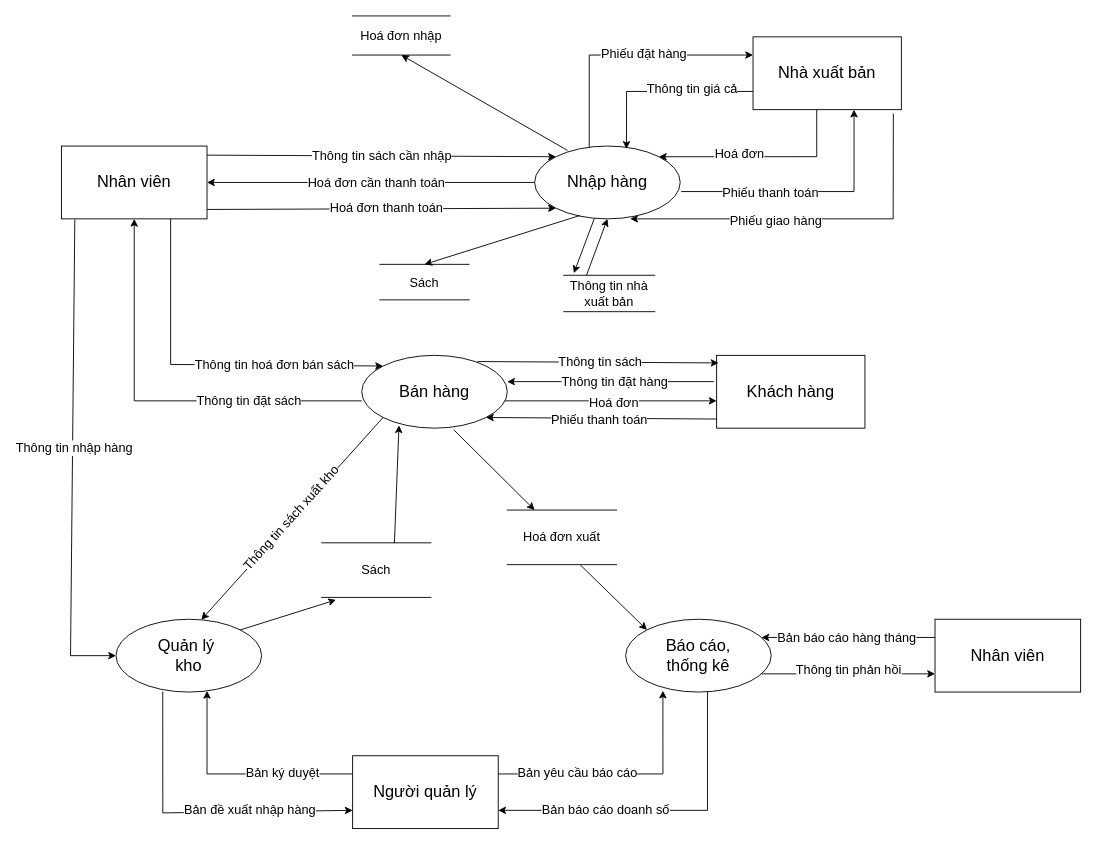
Before: page "Trang-3" (3 of 7) of QuanLyBanSach.drawio in leetrungtoans/BTVN_ITC_OOP_LEETRUNGTOANS, a draw.io diagram. Source tidied: cells renumbered, new cells numbered last; positions are measured from the earlier drawing's top-left corner, leaving out a move shared by most shapes. Both pictures are drawn from the tidied source at 91%, with x=0, y=0 at pixel (61, 15).
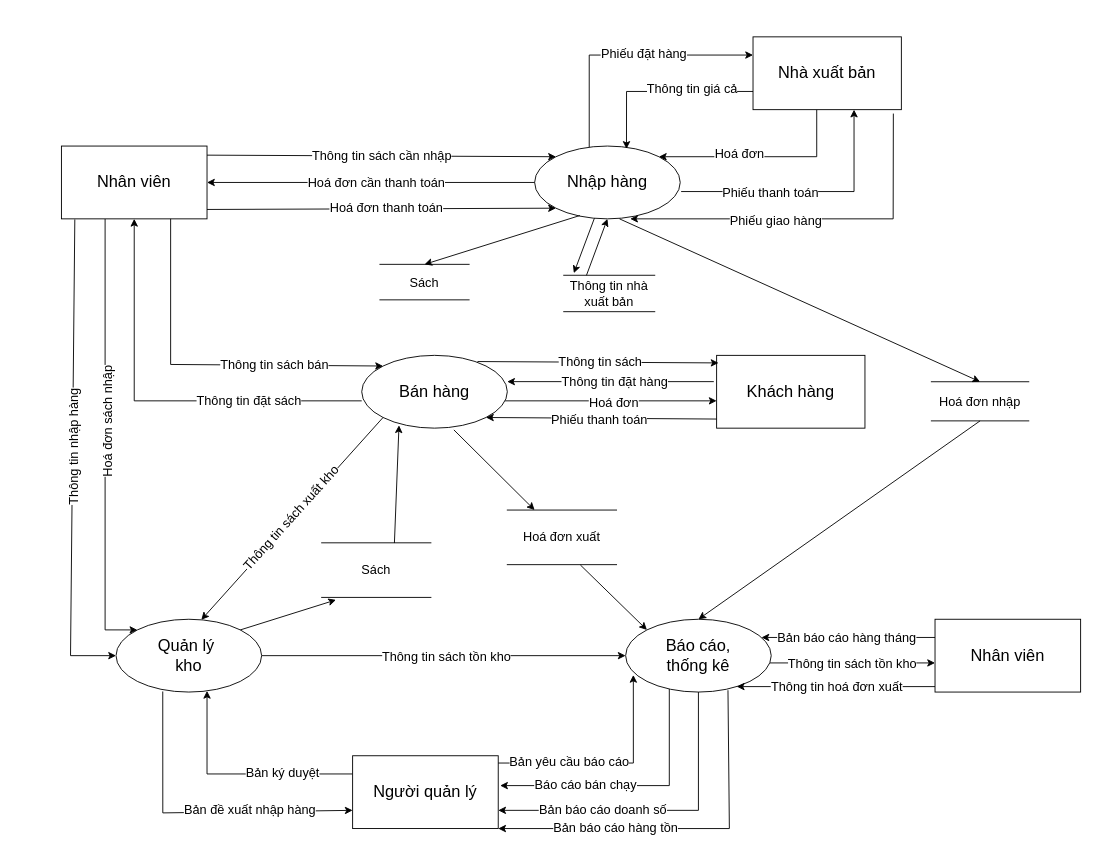
Above is the later version.

The change refers to these unchanged cells:
```xml
<mxCell id="6" value="&lt;font style=&quot;font-size: 18px;&quot;&gt;Báo cáo,&lt;/font&gt;&lt;div&gt;&lt;font style=&quot;font-size: 18px;&quot;&gt;thống kê&lt;/font&gt;&lt;/div&gt;" style="ellipse;whiteSpace=wrap;html=1;" parent="1" vertex="1">
  <mxGeometry x="620" y="663" width="160" height="80" as="geometry" />
</mxCell>
<mxCell id="9" value="&lt;font style=&quot;font-size: 18px;&quot;&gt;Nhập hàng&lt;/font&gt;" style="ellipse;whiteSpace=wrap;html=1;" parent="1" vertex="1">
  <mxGeometry x="520" y="143" width="160" height="80" as="geometry" />
</mxCell>
<mxCell id="10" value="&lt;font style=&quot;font-size: 18px;&quot;&gt;Quản lý&amp;nbsp;&lt;/font&gt;&lt;div&gt;&lt;span style=&quot;background-color: initial;&quot;&gt;&lt;font style=&quot;font-size: 18px;&quot;&gt;kho&lt;/font&gt;&lt;/span&gt;&lt;/div&gt;" style="ellipse;whiteSpace=wrap;html=1;" parent="1" vertex="1">
  <mxGeometry x="60" y="663" width="160" height="80" as="geometry" />
</mxCell>
<mxCell id="19" value="&lt;font style=&quot;font-size: 18px;&quot;&gt;Người quản lý&lt;/font&gt;" style="rounded=0;whiteSpace=wrap;html=1;" parent="1" vertex="1">
  <mxGeometry x="320" y="813" width="160" height="80" as="geometry" />
</mxCell>
<mxCell id="23" value="&lt;font style=&quot;font-size: 18px;&quot;&gt;Nhân viên&lt;/font&gt;" style="rounded=0;whiteSpace=wrap;html=1;" parent="1" vertex="1">
  <mxGeometry y="143" width="160" height="80" as="geometry" />
</mxCell>
<mxCell id="42" style="endArrow=classic;html=1;rounded=0;exitX=0.092;exitY=1.008;exitDx=0;exitDy=0;exitPerimeter=0;entryX=0;entryY=0.5;entryDx=0;entryDy=0;" parent="1" edge="1" source="23" target="10">
  <mxGeometry relative="1" as="geometry">
    <Array as="points">
      <mxPoint x="10" y="703" />
    </Array>
  </mxGeometry>
</mxCell>
<mxCell id="52" style="endArrow=classic;html=1;rounded=0;entryX=0;entryY=0;entryDx=0;entryDy=0;exitX=0.75;exitY=1;exitDx=0;exitDy=0;" parent="1" edge="1" source="23" target="13">
  <mxGeometry relative="1" as="geometry">
    <Array as="points">
      <mxPoint x="120" y="383" />
    </Array>
  </mxGeometry>
</mxCell>
<mxCell id="59" value="&lt;font style=&quot;font-size: 18px;&quot;&gt;Nhân viên&lt;/font&gt;" style="rounded=0;whiteSpace=wrap;html=1;" parent="1" vertex="1">
  <mxGeometry x="960" y="663" width="160" height="80" as="geometry" />
</mxCell>
```

Diff of the diagram source:
```diff
@@
     <mxCell id="2" style="edgeStyle=orthogonalEdgeStyle;rounded=0;jettySize=auto;html=1;entryX=1;entryY=0.75;entryDx=0;entryDy=0;" parent="1" edge="1" source="6" target="19">
       <mxGeometry relative="1" as="geometry">
         <Array as="points">
-          <mxPoint x="710" y="873" />
+          <mxPoint x="700" y="873" />
         </Array>
       </mxGeometry>
     </mxCell>
@@
-    <mxCell id="4" style="edgeStyle=orthogonalEdgeStyle;rounded=0;jettySize=auto;html=1;entryX=0;entryY=0.75;entryDx=0;entryDy=0;" parent="1" edge="1" source="6" target="59">
+    <mxCell id="4" style="edgeStyle=orthogonalEdgeStyle;rounded=0;jettySize=auto;html=1;" parent="1" edge="1" source="6" target="59">
       <mxGeometry relative="1" as="geometry">
         <Array as="points">
-          <mxPoint x="820" y="723" />
-          <mxPoint x="820" y="723" />
+          <mxPoint x="872" y="711" />
+          <mxPoint x="872" y="711" />
         </Array>
       </mxGeometry>
     </mxCell>
-    <mxCell id="5" value="&lt;font style=&quot;font-size: 14px;&quot;&gt;Thông tin phản hồi&lt;/font&gt;" style="edgeLabel;html=1;align=center;verticalAlign=middle;" parent="4" vertex="1">
-      <mxGeometry x="-0.01" y="5" relative="1" as="geometry">
-        <mxPoint x="1" as="offset" />
-      </mxGeometry>
-    </mxCell>
+    <mxCell id="68" value="&lt;font style=&quot;font-size: 14px;&quot;&gt;Thông tin sách tồn kho&lt;/font&gt;" style="edgeLabel;html=1;align=center;verticalAlign=middle;" parent="4" vertex="1">
+      <mxGeometry x="-0.01" relative="1" as="geometry" />
+    </mxCell>
@@
+    <mxCell id="69" style="edgeStyle=orthogonalEdgeStyle;rounded=0;jettySize=auto;html=1;entryX=0;entryY=0.5;entryDx=0;entryDy=0;" parent="1" edge="1" source="10" target="6">
+      <mxGeometry relative="1" as="geometry" />
+    </mxCell>
+    <mxCell id="70" value="&lt;font style=&quot;font-size: 14px;&quot;&gt;Thông tin sách tồn kho&lt;/font&gt;" style="edgeLabel;html=1;align=center;verticalAlign=middle;" parent="69" vertex="1">
+      <mxGeometry x="0.01" y="-1" relative="1" as="geometry">
+        <mxPoint y="-1" as="offset" />
+      </mxGeometry>
+    </mxCell>
@@
+    <mxCell id="71" style="edgeStyle=orthogonalEdgeStyle;rounded=0;jettySize=auto;html=1;entryX=0;entryY=0;entryDx=0;entryDy=0;" parent="1" edge="1" source="23" target="10">
+      <mxGeometry relative="1" as="geometry">
+        <Array as="points">
+          <mxPoint x="48" y="675" />
+        </Array>
+      </mxGeometry>
+    </mxCell>
+    <mxCell id="72" value="&lt;font style=&quot;font-size: 14px;&quot;&gt;Hoá đơn sách nhập&lt;/font&gt;" style="edgeLabel;html=1;align=center;verticalAlign=middle;rotation=270;" parent="71" vertex="1">
+      <mxGeometry x="-0.08" y="2" relative="1" as="geometry" />
+    </mxCell>
@@
-    <mxCell id="34" style="edgeStyle=orthogonalEdgeStyle;rounded=0;jettySize=auto;html=1;entryX=0.256;entryY=0.981;entryDx=0;entryDy=0;entryPerimeter=0;" parent="1" edge="1" source="19" target="6">
+    <mxCell id="34" style="edgeStyle=orthogonalEdgeStyle;rounded=0;jettySize=auto;html=1;entryX=0.053;entryY=0.765;entryDx=0;entryDy=0;entryPerimeter=0;" parent="1" edge="1" source="19" target="6">
       <mxGeometry relative="1" as="geometry">
         <Array as="points">
-          <mxPoint x="661" y="833" />
+          <mxPoint x="628" y="821" />
         </Array>
       </mxGeometry>
     </mxCell>
@@
-    <mxCell id="43" value="&lt;font style=&quot;font-size: 14px;&quot;&gt;Thông tin nhập hàng&lt;/font&gt;" style="edgeLabel;html=1;align=center;verticalAlign=middle;" parent="42" vertex="1">
+    <mxCell id="43" value="&lt;font style=&quot;font-size: 14px;&quot;&gt;Thông tin nhập hàng&lt;/font&gt;" style="edgeLabel;html=1;align=center;verticalAlign=middle;rotation=270;" parent="42" vertex="1">
       <mxGeometry x="-0.05" y="1" relative="1" as="geometry" />
     </mxCell>
     <mxCell id="44" value="&lt;font style=&quot;font-size: 14px;&quot;&gt;Hoá đơn nhập&lt;/font&gt;" style="shape=partialRectangle;whiteSpace=wrap;html=1;left=0;right=0;fillColor=none;" parent="1" vertex="1">
-      <mxGeometry x="320" width="107" height="43" as="geometry" />
+      <mxGeometry x="956" y="402" width="107" height="43" as="geometry" />
     </mxCell>
@@
-    <mxCell id="51" style="endArrow=classic;html=1;rounded=0;exitX=0.226;exitY=0.06;exitDx=0;exitDy=0;exitPerimeter=0;entryX=0.5;entryY=1;entryDx=0;entryDy=0;" parent="1" edge="1" source="9" target="44">
+    <mxCell id="51" style="endArrow=classic;html=1;rounded=0;exitX=0.583;exitY=1;exitDx=0;exitDy=0;exitPerimeter=0;entryX=0.5;entryY=0;entryDx=0;entryDy=0;" parent="1" edge="1" source="9" target="44">
       <mxGeometry relative="1" as="geometry" />
     </mxCell>
@@
-    <mxCell id="53" value="&lt;font style=&quot;font-size: 14px;&quot;&gt;Thông tin hoá đơn bán sách&lt;/font&gt;" style="edgeLabel;html=1;align=center;verticalAlign=middle;" parent="52" vertex="1">
+    <mxCell id="53" value="&lt;font style=&quot;font-size: 14px;&quot;&gt;Thông tin sách bán&lt;/font&gt;" style="edgeLabel;html=1;align=center;verticalAlign=middle;" parent="52" vertex="1">
       <mxGeometry x="0.39" y="1" relative="1" as="geometry" />
     </mxCell>
@@
+    <mxCell id="73" style="edgeStyle=orthogonalEdgeStyle;rounded=0;jettySize=auto;html=1;" parent="1" edge="1" source="59" target="6">
+      <mxGeometry relative="1" as="geometry">
+        <Array as="points">
+          <mxPoint x="860" y="737" />
+          <mxPoint x="860" y="737" />
+        </Array>
+      </mxGeometry>
+    </mxCell>
+    <mxCell id="74" value="&lt;font style=&quot;font-size: 14px;&quot;&gt;Thông tin hoá đơn xuất&lt;/font&gt;" style="edgeLabel;html=1;align=center;verticalAlign=middle;" parent="73" vertex="1">
+      <mxGeometry y="-1" relative="1" as="geometry" />
+    </mxCell>
@@
+    <mxCell id="75" style="edgeStyle=orthogonalEdgeStyle;rounded=0;jettySize=auto;html=1;entryX=1.013;entryY=0.41;entryDx=0;entryDy=0;entryPerimeter=0;" parent="1" edge="1" source="6" target="19">
+      <mxGeometry relative="1" as="geometry">
+        <Array as="points">
+          <mxPoint x="668" y="846" />
+        </Array>
+      </mxGeometry>
+    </mxCell>
+    <mxCell id="76" value="&lt;font style=&quot;font-size: 14px;&quot;&gt;Báo cáo bán chạy&lt;/font&gt;" style="edgeLabel;html=1;align=center;verticalAlign=middle;" parent="75" vertex="1">
+      <mxGeometry x="0.36" y="-1" relative="1" as="geometry" />
+    </mxCell>
+    <mxCell id="77" style="endArrow=classic;html=1;rounded=0;entryX=1;entryY=1;entryDx=0;entryDy=0;exitX=0.703;exitY=0.975;exitDx=0;exitDy=0;exitPerimeter=0;" parent="1" edge="1" source="6" target="19">
+      <mxGeometry relative="1" as="geometry">
+        <Array as="points">
+          <mxPoint x="734" y="893" />
+        </Array>
+      </mxGeometry>
+    </mxCell>
+    <mxCell id="78" value="&lt;font style=&quot;font-size: 14px;&quot;&gt;Bản báo cáo hàng tồn&lt;/font&gt;" style="edgeLabel;html=1;align=center;verticalAlign=middle;fontSize=14;" parent="77" vertex="1">
+      <mxGeometry x="0.37" y="-2" relative="1" as="geometry" />
+    </mxCell>
+    <mxCell id="79" style="endArrow=classic;html=1;rounded=0;exitX=0.5;exitY=1;exitDx=0;exitDy=0;entryX=0.5;entryY=0;entryDx=0;entryDy=0;" parent="1" edge="1" source="44" target="6">
+      <mxGeometry relative="1" as="geometry" />
+    </mxCell>
```
